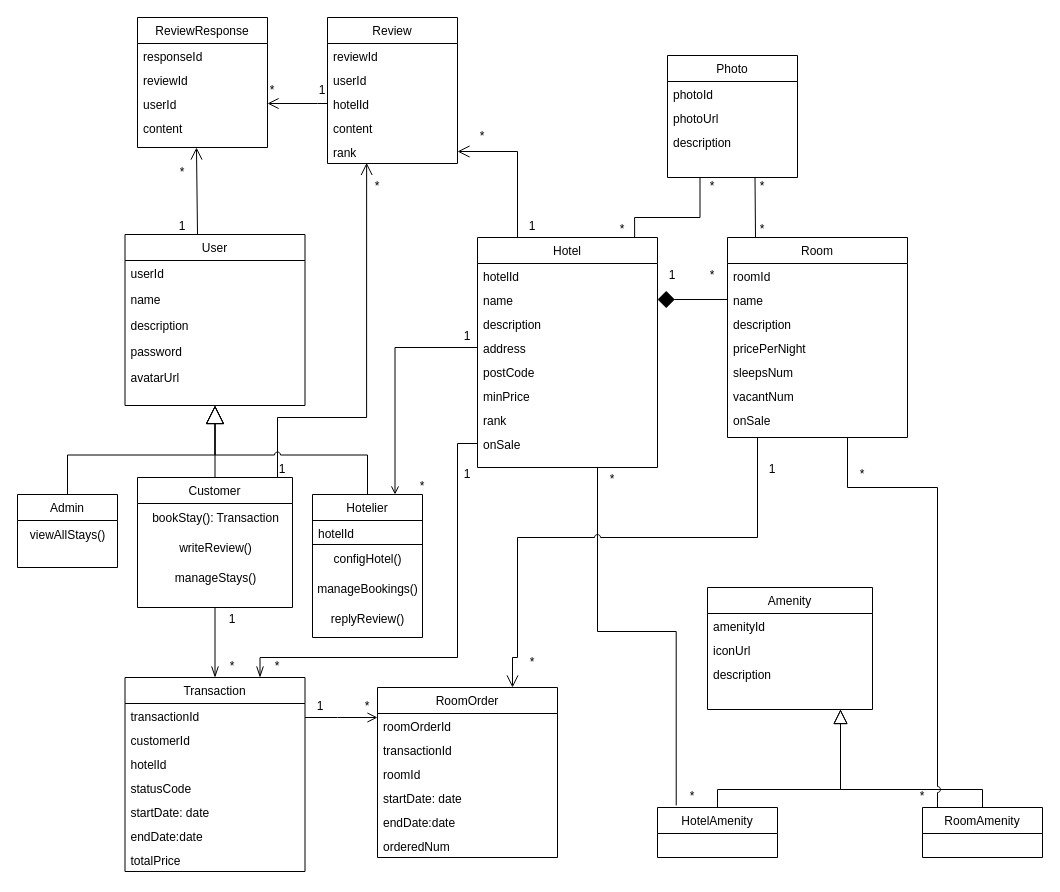
Before: docs/part1/new_domain_model.drawio in Blackmesa-Canteen/alphecca-boot-ioc-framework, a draw.io diagram. Source tidied: cells renumbered, new cells numbered last; positions are measured from the earlier drawing's top-left corner, leaving out a move shared by most shapes. Both pictures are drawn from the tidied source at 100%, with x=0, y=0 at pixel (17, 17).
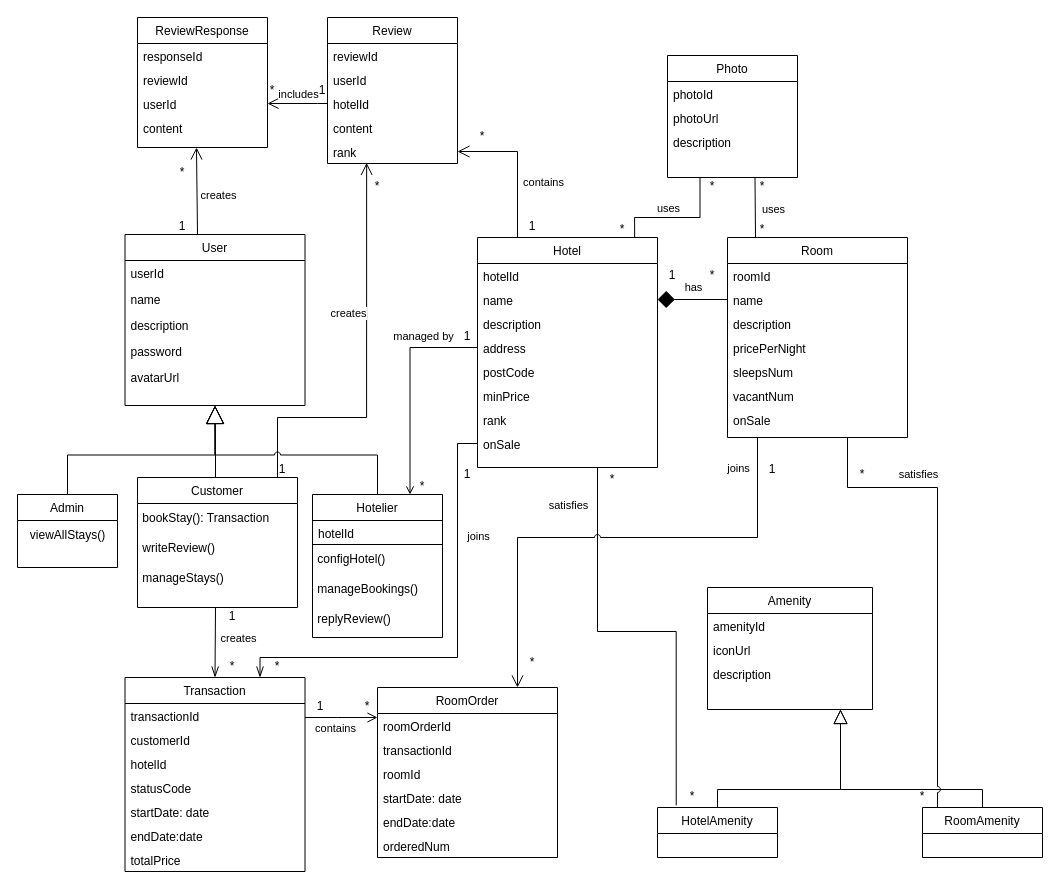
The same diagram, later.

Unchanged cells that the change refers to:
```xml
<mxCell id="2" style="edgeStyle=orthogonalEdgeStyle;rounded=0;jumpStyle=arc;jettySize=auto;html=1;startArrow=none;startFill=0;endArrow=open;endFill=0;startSize=15;endSize=10;targetPerimeterSpacing=0;strokeWidth=1;exitX=0.278;exitY=0;exitDx=0;exitDy=0;exitPerimeter=0;" parent="1" edge="1" source="3">
  <mxGeometry relative="1" as="geometry">
    <mxPoint x="179" y="130" as="targetPoint" />
    <Array as="points">
      <mxPoint x="180" y="195" />
      <mxPoint x="179" y="195" />
    </Array>
  </mxGeometry>
</mxCell>
<mxCell id="3" value="User" style="swimlane;fontStyle=0;align=center;verticalAlign=top;horizontal=1;startSize=26;rounded=0;shadow=0;strokeWidth=1;" parent="1" vertex="1">
  <mxGeometry x="107.5" y="217" width="180" height="171" as="geometry" />
</mxCell>
<mxCell id="12" style="edgeStyle=orthogonalEdgeStyle;rounded=0;jumpStyle=arc;jettySize=auto;html=1;startArrow=none;startFill=0;endArrow=open;endFill=0;startSize=15;endSize=10;targetPerimeterSpacing=0;strokeWidth=1;entryX=0.301;entryY=0.975;entryDx=0;entryDy=0;entryPerimeter=0;" parent="1" edge="1" source="15" target="67">
  <mxGeometry relative="1" as="geometry">
    <Array as="points">
      <mxPoint x="260" y="400" />
      <mxPoint x="349" y="400" />
    </Array>
  </mxGeometry>
</mxCell>
<mxCell id="19" style="edgeStyle=orthogonalEdgeStyle;rounded=0;jettySize=auto;html=1;entryX=0;entryY=0.5;entryDx=0;entryDy=0;endArrow=none;endFill=0;endSize=10;strokeWidth=1;exitX=0.75;exitY=0;exitDx=0;exitDy=0;startArrow=open;startFill=0;" parent="1" edge="1" source="21" target="42">
  <mxGeometry relative="1" as="geometry" />
</mxCell>
<mxCell id="26" value="RoomOrder" style="swimlane;fontStyle=0;align=center;verticalAlign=top;horizontal=1;startSize=26;rounded=0;shadow=0;strokeWidth=1;" parent="1" vertex="1">
  <mxGeometry x="360" y="670" width="180" height="170" as="geometry" />
</mxCell>
<mxCell id="33" style="edgeStyle=orthogonalEdgeStyle;rounded=0;jettySize=auto;html=1;entryX=0;entryY=0.5;entryDx=0;entryDy=0;startArrow=diamond;startFill=1;endArrow=none;endFill=0;endSize=10;strokeWidth=1;targetPerimeterSpacing=0;startSize=15;exitX=1;exitY=0.5;exitDx=0;exitDy=0;" parent="1" edge="1" source="40" target="53">
  <mxGeometry relative="1" as="geometry" />
</mxCell>
<mxCell id="34" style="edgeStyle=orthogonalEdgeStyle;rounded=0;jumpStyle=arc;jettySize=auto;html=1;entryX=1;entryY=0.5;entryDx=0;entryDy=0;startArrow=none;startFill=0;endArrow=open;endFill=0;startSize=15;endSize=10;targetPerimeterSpacing=0;strokeWidth=1;" parent="1" edge="1" source="38" target="67">
  <mxGeometry relative="1" as="geometry">
    <Array as="points">
      <mxPoint x="500" y="134" />
    </Array>
  </mxGeometry>
</mxCell>
<mxCell id="35" style="edgeStyle=orthogonalEdgeStyle;rounded=0;jumpStyle=none;jettySize=auto;html=1;entryX=0.25;entryY=1;entryDx=0;entryDy=0;startArrow=none;startFill=0;endArrow=none;endFill=0;startSize=15;endSize=8;targetPerimeterSpacing=0;strokeWidth=1;exitX=0.873;exitY=-0.002;exitDx=0;exitDy=0;exitPerimeter=0;" parent="1" edge="1" source="38" target="85">
  <mxGeometry relative="1" as="geometry">
    <Array as="points">
      <mxPoint x="617" y="200" />
      <mxPoint x="682" y="200" />
    </Array>
  </mxGeometry>
</mxCell>
<mxCell id="36" style="edgeStyle=orthogonalEdgeStyle;rounded=0;jumpStyle=none;jettySize=auto;html=1;entryX=0.156;entryY=-0.042;entryDx=0;entryDy=0;entryPerimeter=0;startArrow=none;startFill=0;endArrow=none;endFill=0;startSize=15;endSize=8;targetPerimeterSpacing=0;strokeWidth=1;" parent="1" edge="1" source="38" target="110">
  <mxGeometry relative="1" as="geometry">
    <Array as="points">
      <mxPoint x="580" y="614" />
      <mxPoint x="659" y="614" />
    </Array>
  </mxGeometry>
</mxCell>
<mxCell id="37" style="edgeStyle=orthogonalEdgeStyle;rounded=0;jumpStyle=arc;jettySize=auto;html=1;exitX=0;exitY=0.5;exitDx=0;exitDy=0;entryX=0.75;entryY=0;entryDx=0;entryDy=0;endArrow=openThin;endFill=0;startSize=15;endSize=9;" parent="1" edge="1" source="46" target="97">
  <mxGeometry relative="1" as="geometry">
    <Array as="points">
      <mxPoint x="440" y="426" />
      <mxPoint x="440" y="640" />
      <mxPoint x="243" y="640" />
    </Array>
  </mxGeometry>
</mxCell>
<mxCell id="50" style="edgeStyle=orthogonalEdgeStyle;rounded=0;jumpStyle=arc;jettySize=auto;html=1;entryX=0.25;entryY=0;entryDx=0;entryDy=0;endArrow=none;endFill=0;" parent="1" edge="1" source="51" target="118">
  <mxGeometry relative="1" as="geometry">
    <Array as="points">
      <mxPoint x="738" y="180" />
      <mxPoint x="738" y="180" />
    </Array>
  </mxGeometry>
</mxCell>
<mxCell id="51" value="Room" style="swimlane;fontStyle=0;align=center;verticalAlign=top;horizontal=1;startSize=26;rounded=0;shadow=0;strokeWidth=1;" parent="1" vertex="1">
  <mxGeometry x="710" y="220" width="180" height="200" as="geometry" />
</mxCell>
<mxCell id="61" style="edgeStyle=orthogonalEdgeStyle;rounded=0;jettySize=auto;html=1;startArrow=none;startFill=0;endArrow=open;endFill=0;startSize=15;endSize=9;targetPerimeterSpacing=0;strokeWidth=1;entryX=1;entryY=0.5;entryDx=0;entryDy=0;" parent="1" edge="1" source="62" target="71">
  <mxGeometry relative="1" as="geometry">
    <Array as="points">
      <mxPoint x="300" y="86" />
      <mxPoint x="300" y="86" />
    </Array>
  </mxGeometry>
</mxCell>
<mxCell id="96" style="edgeStyle=orthogonalEdgeStyle;rounded=0;jumpStyle=none;jettySize=auto;html=1;startArrow=none;startFill=0;endArrow=open;endFill=0;startSize=15;endSize=8;targetPerimeterSpacing=0;strokeWidth=1;" parent="1" edge="1" source="97" target="26">
  <mxGeometry relative="1" as="geometry">
    <Array as="points">
      <mxPoint x="320" y="700" />
      <mxPoint x="320" y="700" />
    </Array>
  </mxGeometry>
</mxCell>
<mxCell id="97" value="Transaction" style="swimlane;fontStyle=0;align=center;verticalAlign=top;horizontal=1;startSize=26;rounded=0;shadow=0;strokeWidth=1;" parent="1" vertex="1">
  <mxGeometry x="107.5" y="660" width="180" height="194" as="geometry" />
</mxCell>
<mxCell id="112" style="edgeStyle=orthogonalEdgeStyle;rounded=0;jumpStyle=arc;jettySize=auto;html=1;startArrow=none;startFill=0;endArrow=none;endFill=0;startSize=15;endSize=8;targetPerimeterSpacing=0;strokeWidth=1;" parent="1" edge="1" source="113">
  <mxGeometry relative="1" as="geometry">
    <mxPoint x="830" y="420" as="targetPoint" />
    <Array as="points">
      <mxPoint x="920" y="470" />
      <mxPoint x="830" y="470" />
    </Array>
  </mxGeometry>
</mxCell>
```

The edit, as a diff of the source:
```diff
@@
+    <mxCell id="119" value="creates" style="edgeLabel;html=1;align=center;verticalAlign=middle;" parent="2" vertex="1">
+      <mxGeometry x="0.13" y="-4" relative="1" as="geometry">
+        <mxPoint x="17" y="-1" as="offset" />
+      </mxGeometry>
+    </mxCell>
@@
+    <mxCell id="120" value="creates" style="edgeLabel;html=1;align=center;verticalAlign=middle;" parent="12" vertex="1">
+      <mxGeometry x="0.24" y="3" relative="1" as="geometry">
+        <mxPoint x="-16" y="-4" as="offset" />
+      </mxGeometry>
+    </mxCell>
     <mxCell id="13" style="edgeStyle=orthogonalEdgeStyle;rounded=0;jettySize=auto;html=1;exitX=0.5;exitY=0;exitDx=0;exitDy=0;entryX=0.5;entryY=1;entryDx=0;entryDy=0;endArrow=block;endFill=0;endSize=16;" parent="1" edge="1" source="15" target="3">
-      <mxGeometry relative="1" as="geometry" />
+      <mxGeometry relative="1" as="geometry">
+        <Array as="points">
+          <mxPoint x="198" y="460" />
+          <mxPoint x="198" y="429" />
+          <mxPoint x="198" y="429" />
+        </Array>
+      </mxGeometry>
     </mxCell>
     <mxCell id="14" style="edgeStyle=orthogonalEdgeStyle;rounded=0;jumpStyle=arc;jettySize=auto;html=1;exitX=0.5;exitY=1;exitDx=0;exitDy=0;entryX=0.5;entryY=0;entryDx=0;entryDy=0;endArrow=openThin;endFill=0;endSize=9;startSize=15;" parent="1" edge="1" source="15" target="97">
-      <mxGeometry relative="1" as="geometry" />
+      <mxGeometry relative="1" as="geometry">
+        <Array as="points">
+          <mxPoint x="198" y="590" />
+          <mxPoint x="198" y="625" />
+          <mxPoint x="198" y="625" />
+        </Array>
+      </mxGeometry>
     </mxCell>
+    <mxCell id="121" value="creates" style="edgeLabel;html=1;align=center;verticalAlign=middle;" parent="14" vertex="1">
+      <mxGeometry x="-0.11" y="1" relative="1" as="geometry">
+        <mxPoint x="21" as="offset" />
+      </mxGeometry>
+    </mxCell>
     <mxCell id="15" value="Customer" style="swimlane;fontStyle=0;align=center;verticalAlign=top;horizontal=1;startSize=26;rounded=0;shadow=0;strokeWidth=1;" parent="1" vertex="1">
-      <mxGeometry x="120" y="460" width="155" height="130" as="geometry" />
+      <mxGeometry x="120" y="460" width="160" height="130" as="geometry" />
     </mxCell>
-    <mxCell id="16" value="bookStay(): Transaction" style="text;html=1;align=center;verticalAlign=middle;strokeColor=none;fillColor=none;" parent="15" vertex="1">
-      <mxGeometry y="26" width="155" height="30" as="geometry" />
+    <mxCell id="16" value="&amp;nbsp;bookStay(): Transaction" style="text;html=1;align=left;verticalAlign=middle;strokeColor=none;fillColor=none;" parent="15" vertex="1">
+      <mxGeometry y="26" width="160" height="30" as="geometry" />
     </mxCell>
-    <mxCell id="17" value="writeReview()" style="text;html=1;align=center;verticalAlign=middle;strokeColor=none;fillColor=none;glass=0;rounded=0;shadow=0;sketch=0;" parent="15" vertex="1">
-      <mxGeometry y="56" width="155" height="30" as="geometry" />
+    <mxCell id="17" value="&amp;nbsp;writeReview()" style="text;html=1;align=left;verticalAlign=middle;strokeColor=none;fillColor=none;glass=0;rounded=0;shadow=0;sketch=0;" parent="15" vertex="1">
+      <mxGeometry y="56" width="160" height="30" as="geometry" />
     </mxCell>
-    <mxCell id="18" value="manageStays()" style="text;html=1;align=center;verticalAlign=middle;strokeColor=none;fillColor=none;" parent="15" vertex="1">
-      <mxGeometry y="86" width="155" height="30" as="geometry" />
+    <mxCell id="18" value="&amp;nbsp;manageStays()" style="text;html=1;align=left;verticalAlign=middle;strokeColor=none;fillColor=none;" parent="15" vertex="1">
+      <mxGeometry y="86" width="160" height="30" as="geometry" />
     </mxCell>
@@
+    <mxCell id="122" value="managed by" style="edgeLabel;html=1;align=center;verticalAlign=middle;" parent="19" vertex="1">
+      <mxGeometry x="0.41" y="-4" relative="1" as="geometry">
+        <mxPoint x="9" y="-16" as="offset" />
+      </mxGeometry>
+    </mxCell>
@@
     <mxCell id="21" value="Hotelier" style="swimlane;fontStyle=0;align=center;verticalAlign=top;horizontal=1;startSize=26;rounded=0;shadow=0;strokeWidth=1;" parent="1" vertex="1">
-      <mxGeometry x="295" y="477" width="110" height="143" as="geometry" />
+      <mxGeometry x="295" y="477" width="130" height="143" as="geometry" />
     </mxCell>
     <mxCell id="22" value="hotelId&#10;" style="text;align=left;verticalAlign=top;spacingLeft=4;spacingRight=4;overflow=hidden;strokeColor=default;" parent="21" vertex="1">
-      <mxGeometry y="26" width="110" height="24" as="geometry" />
+      <mxGeometry y="26" width="130" height="24" as="geometry" />
     </mxCell>
-    <mxCell id="23" value="configHotel()" style="text;html=1;align=center;verticalAlign=middle;strokeColor=none;fillColor=none;" parent="21" vertex="1">
-      <mxGeometry y="50" width="110" height="30" as="geometry" />
+    <mxCell id="23" value="&amp;nbsp;configHotel()" style="text;html=1;align=left;verticalAlign=middle;strokeColor=none;fillColor=none;" parent="21" vertex="1">
+      <mxGeometry y="50" width="130" height="30" as="geometry" />
     </mxCell>
-    <mxCell id="24" value="manageBookings()" style="text;html=1;align=center;verticalAlign=middle;strokeColor=none;fillColor=none;" parent="21" vertex="1">
-      <mxGeometry y="80" width="110" height="30" as="geometry" />
+    <mxCell id="24" value="&amp;nbsp;manageBookings()" style="text;html=1;align=left;verticalAlign=middle;strokeColor=none;fillColor=none;" parent="21" vertex="1">
+      <mxGeometry y="80" width="130" height="30" as="geometry" />
     </mxCell>
-    <mxCell id="25" value="replyReview()" style="text;html=1;align=center;verticalAlign=middle;strokeColor=none;fillColor=none;" parent="21" vertex="1">
-      <mxGeometry y="110" width="110" height="30" as="geometry" />
+    <mxCell id="25" value="&amp;nbsp;replyReview()" style="text;html=1;align=left;verticalAlign=middle;strokeColor=none;fillColor=none;" parent="21" vertex="1">
+      <mxGeometry y="110" width="130" height="30" as="geometry" />
     </mxCell>
@@
+    <mxCell id="123" value="has" style="edgeLabel;html=1;align=center;verticalAlign=middle;" parent="33" vertex="1">
+      <mxGeometry x="0.24" y="1" relative="1" as="geometry">
+        <mxPoint x="-8" y="-12" as="offset" />
+      </mxGeometry>
+    </mxCell>
@@
+    <mxCell id="124" value="contains" style="edgeLabel;html=1;align=center;verticalAlign=middle;" parent="34" vertex="1">
+      <mxGeometry x="-0.24" y="-2" relative="1" as="geometry">
+        <mxPoint x="23" y="-1" as="offset" />
+      </mxGeometry>
+    </mxCell>
@@
+    <mxCell id="125" value="uses" style="edgeLabel;html=1;align=center;verticalAlign=middle;" parent="35" vertex="1">
+      <mxGeometry x="0.18" y="-2" relative="1" as="geometry">
+        <mxPoint x="-21" y="-12" as="offset" />
+      </mxGeometry>
+    </mxCell>
@@
+    <mxCell id="126" value="satisfies" style="edgeLabel;html=1;align=center;verticalAlign=middle;" parent="36" vertex="1">
+      <mxGeometry x="-0.46" y="-1" relative="1" as="geometry">
+        <mxPoint x="-29" y="-75" as="offset" />
+      </mxGeometry>
+    </mxCell>
@@
+    <mxCell id="127" value="joins" style="edgeLabel;html=1;align=center;verticalAlign=middle;" parent="37" vertex="1">
+      <mxGeometry x="-0.51" y="-1" relative="1" as="geometry">
+        <mxPoint x="21" y="1" as="offset" />
+      </mxGeometry>
+    </mxCell>
@@
-    <mxCell id="49" style="edgeStyle=orthogonalEdgeStyle;rounded=0;jumpStyle=arc;jettySize=auto;html=1;startArrow=none;startFill=0;endArrow=open;endFill=0;startSize=15;endSize=10;targetPerimeterSpacing=0;strokeWidth=1;entryX=0.75;entryY=0;entryDx=0;entryDy=0;" parent="1" edge="1" source="51" target="26">
+    <mxCell id="49" style="edgeStyle=orthogonalEdgeStyle;rounded=0;jumpStyle=arc;jettySize=auto;html=1;startArrow=none;startFill=0;endArrow=open;endFill=0;startSize=15;endSize=10;targetPerimeterSpacing=0;strokeWidth=1;" parent="1" edge="1" source="51" target="26">
       <mxGeometry relative="1" as="geometry">
         <Array as="points">
           <mxPoint x="740" y="520" />
           <mxPoint x="500" y="520" />
-          <mxPoint x="500" y="640" />
-          <mxPoint x="495" y="640" />
         </Array>
       </mxGeometry>
     </mxCell>
+    <mxCell id="128" value="joins" style="edgeLabel;html=1;align=center;verticalAlign=middle;" parent="49" vertex="1">
+      <mxGeometry x="-0.77" relative="1" as="geometry">
+        <mxPoint x="-20" y="-26" as="offset" />
+      </mxGeometry>
+    </mxCell>
@@
+    <mxCell id="129" value="uses" style="edgeLabel;html=1;align=center;verticalAlign=middle;" parent="50" vertex="1">
+      <mxGeometry x="-0.05" y="-1" relative="1" as="geometry">
+        <mxPoint x="16" as="offset" />
+      </mxGeometry>
+    </mxCell>
@@
+    <mxCell id="130" value="includes" style="edgeLabel;html=1;align=center;verticalAlign=middle;" parent="61" vertex="1">
+      <mxGeometry x="-0.2" y="-1" relative="1" as="geometry">
+        <mxPoint x="-6" y="-9" as="offset" />
+      </mxGeometry>
+    </mxCell>
@@
     <mxCell id="81" value="1" style="text;html=1;strokeColor=none;fillColor=none;align=center;verticalAlign=middle;whiteSpace=wrap;rounded=0;" parent="1" vertex="1">
-      <mxGeometry x="200" y="593" width="30" height="17" as="geometry" />
+      <mxGeometry x="200" y="590" width="30" height="17" as="geometry" />
     </mxCell>
@@
+    <mxCell id="131" value="contains" style="edgeLabel;html=1;align=center;verticalAlign=middle;" parent="96" vertex="1">
+      <mxGeometry x="0.34" y="1" relative="1" as="geometry">
+        <mxPoint x="-19" y="11" as="offset" />
+      </mxGeometry>
+    </mxCell>
@@
+    <mxCell id="132" value="satisfies" style="edgeLabel;html=1;align=center;verticalAlign=middle;" parent="112" vertex="1">
+      <mxGeometry x="0.48" y="-1" relative="1" as="geometry">
+        <mxPoint y="-13" as="offset" />
+      </mxGeometry>
+    </mxCell>
```
